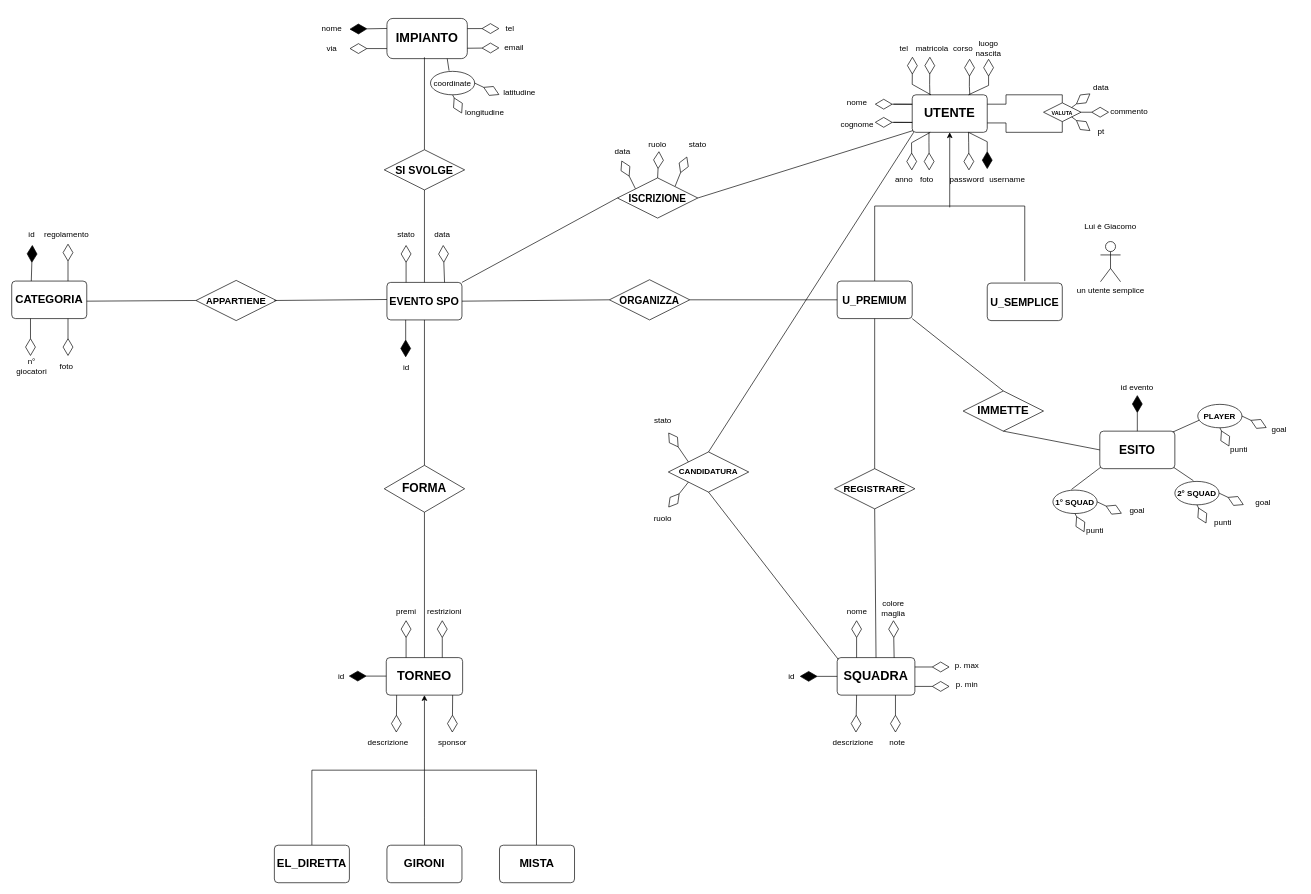
KintsuKayaba/UniGeSocialSport keeps this draw.io diagram as Project-EER.drawio. Above is the earlier version. Source tidied: cells renumbered, new cells numbered last; positions are measured from the earlier drawing's top-left corner, leaving out a move shared by most shapes. Both pictures are drawn from the tidied source at 67%, with x=0, y=0 at pixel (11, 18).
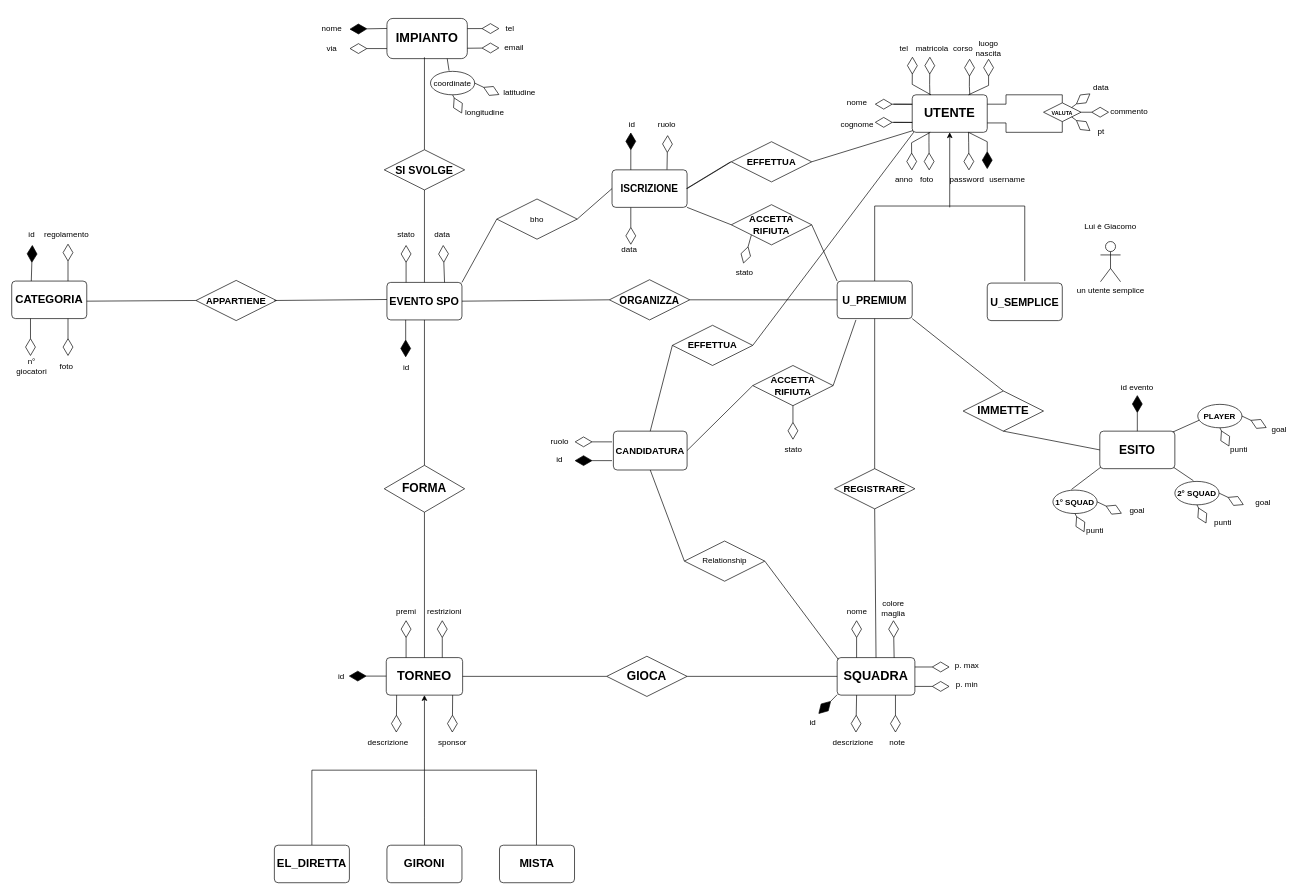
The same diagram, later.

Commit message:
entita candidatura/iscrizione relazione gioca

Unchanged cells that the change refers to:
```xml
<mxCell id="2" value="&lt;div style=&quot;text-align: justify;&quot;&gt;&lt;span style=&quot;background-color: initial;&quot;&gt;&lt;b style=&quot;&quot;&gt;&lt;font style=&quot;font-size: 19px;&quot;&gt;UTENTE&lt;/font&gt;&lt;/b&gt;&lt;/span&gt;&lt;/div&gt;" style="rounded=1;arcSize=10;whiteSpace=wrap;html=1;align=center;" parent="1" vertex="1">
  <mxGeometry x="1344" y="114" width="112" height="56" as="geometry" />
</mxCell>
<mxCell id="24" value="&lt;div style=&quot;text-align: justify;&quot;&gt;&lt;b style=&quot;background-color: initial;&quot;&gt;&lt;font style=&quot;font-size: 16px;&quot;&gt;U_PREMIUM&lt;/font&gt;&lt;/b&gt;&lt;/div&gt;" style="rounded=1;arcSize=10;whiteSpace=wrap;html=1;align=center;" parent="1" vertex="1">
  <mxGeometry x="1232" y="392" width="112" height="56" as="geometry" />
</mxCell>
<mxCell id="28" value="&lt;b&gt;&lt;font style=&quot;font-size: 16px;&quot;&gt;EVENTO SPO&lt;/font&gt;&lt;/b&gt;" style="rounded=1;arcSize=10;whiteSpace=wrap;html=1;align=center;" parent="1" vertex="1">
  <mxGeometry x="560" y="394" width="112" height="56" as="geometry" />
</mxCell>
<mxCell id="60" value="&lt;b&gt;&lt;font style=&quot;font-size: 19px;&quot;&gt;TORNEO&lt;/font&gt;&lt;/b&gt;" style="rounded=1;arcSize=10;whiteSpace=wrap;html=1;align=center;" parent="1" vertex="1">
  <mxGeometry x="559" y="954" width="114" height="56" as="geometry" />
</mxCell>
<mxCell id="84" value="&lt;b&gt;&lt;font style=&quot;font-size: 19px;&quot;&gt;SQUADRA&lt;/font&gt;&lt;/b&gt;" style="rounded=1;arcSize=10;whiteSpace=wrap;html=1;align=center;" parent="1" vertex="1">
  <mxGeometry x="1232" y="954" width="116" height="56" as="geometry" />
</mxCell>
```

Change to the diagram source:
```diff
@@
-    <mxCell id="93" style="endArrow=diamondThin;endFill=1;endSize=24;html=1;rounded=0;exitX=0;exitY=0.5;exitDx=0;exitDy=0;" parent="1" edge="1" source="84">
+    <mxCell id="93" style="endArrow=diamondThin;endFill=1;endSize=24;html=1;rounded=0;exitX=0;exitY=0.5;exitDx=0;exitDy=0;" parent="1" edge="1">
       <mxGeometry relative="1" as="geometry">
-        <mxPoint x="1176" y="982" as="targetPoint" />
+        <mxPoint x="1232" y="1009.3" as="sourcePoint" />
+        <mxPoint x="1204" y="1038" as="targetPoint" />
       </mxGeometry>
     </mxCell>
     <mxCell id="94" value="id" style="text;html=1;align=center;verticalAlign=middle;whiteSpace=wrap;rounded=0;" parent="1" vertex="1">
-      <mxGeometry x="1134" y="967" width="60" height="30" as="geometry" />
+      <mxGeometry x="1166" y="1036" width="60" height="30" as="geometry" />
     </mxCell>
@@
-    <mxCell id="120" value="&lt;b&gt;&lt;font style=&quot;font-size: 15px;&quot;&gt;ISCRIZIONE&lt;/font&gt;&lt;/b&gt;" style="shape=rhombus;perimeter=rhombusPerimeter;whiteSpace=wrap;html=1;align=center;" parent="1" vertex="1">
-      <mxGeometry x="904" y="238" width="120" height="60" as="geometry" />
-    </mxCell>
-    <mxCell id="121" style="endArrow=none;html=1;rounded=0;entryX=0.009;entryY=0.955;entryDx=0;entryDy=0;exitX=1;exitY=0.5;exitDx=0;exitDy=0;entryPerimeter=0;" parent="1" edge="1" source="120" target="2">
+    <mxCell id="121" style="endArrow=none;html=1;rounded=0;entryX=0.009;entryY=0.955;entryDx=0;entryDy=0;entryPerimeter=0;exitX=1;exitY=0.5;exitDx=0;exitDy=0;" parent="1" edge="1" source="165" target="2">
       <mxGeometry relative="1" as="geometry" />
     </mxCell>
-    <mxCell id="122" style="endArrow=none;html=1;rounded=0;entryX=0;entryY=0.5;entryDx=0;entryDy=0;exitX=1;exitY=0;exitDx=0;exitDy=0;" parent="1" edge="1" source="28" target="120">
+    <mxCell id="122" style="endArrow=none;html=1;rounded=0;entryX=0;entryY=0.5;entryDx=0;entryDy=0;exitX=1;exitY=0;exitDx=0;exitDy=0;" parent="1" edge="1" source="28" target="167">
       <mxGeometry relative="1" as="geometry" />
     </mxCell>
-    <mxCell id="123" style="endArrow=diamondThin;endFill=0;endSize=24;html=1;rounded=0;exitX=0.224;exitY=0.269;exitDx=0;exitDy=0;exitPerimeter=0;" parent="1" edge="1" source="120">
+    <mxCell id="123" style="endArrow=diamondThin;endFill=0;endSize=24;html=1;rounded=0;exitX=0.25;exitY=1;exitDx=0;exitDy=0;" parent="1" edge="1" source="120">
       <mxGeometry relative="1" as="geometry">
-        <mxPoint x="910" y="212" as="targetPoint" />
+        <mxPoint x="924" y="338" as="targetPoint" />
       </mxGeometry>
     </mxCell>
-    <mxCell id="124" style="endArrow=diamondThin;endFill=0;endSize=24;html=1;rounded=0;exitX=0.5;exitY=0;exitDx=0;exitDy=0;" parent="1" edge="1" source="120">
+    <mxCell id="124" style="endArrow=diamondThin;endFill=0;endSize=24;html=1;rounded=0;exitX=0.5;exitY=0;exitDx=0;exitDy=0;" parent="1" edge="1">
       <mxGeometry relative="1" as="geometry">
-        <mxPoint x="966" y="198" as="targetPoint" />
+        <mxPoint x="978" y="226" as="sourcePoint" />
+        <mxPoint x="979" y="174" as="targetPoint" />
       </mxGeometry>
     </mxCell>
-    <mxCell id="125" style="endArrow=diamondThin;endFill=0;endSize=24;html=1;rounded=0;exitX=0.718;exitY=0.207;exitDx=0;exitDy=0;exitPerimeter=0;" parent="1" edge="1" source="120">
-      <mxGeometry relative="1" as="geometry">
-        <mxPoint x="1008" y="206" as="targetPoint" />
-      </mxGeometry>
-    </mxCell>
     <mxCell id="126" value="ruolo" style="text;html=1;align=center;verticalAlign=middle;whiteSpace=wrap;rounded=0;" parent="1" vertex="1">
-      <mxGeometry x="934" y="174" width="60" height="30" as="geometry" />
+      <mxGeometry x="948" y="144" width="60" height="30" as="geometry" />
     </mxCell>
     <mxCell id="127" value="data" style="text;html=1;align=center;verticalAlign=middle;whiteSpace=wrap;rounded=0;" parent="1" vertex="1">
-      <mxGeometry x="882" y="184" width="60" height="30" as="geometry" />
+      <mxGeometry x="892" y="329.5" width="60" height="30" as="geometry" />
     </mxCell>
-    <mxCell id="128" value="stato" style="text;html=1;align=center;verticalAlign=middle;whiteSpace=wrap;rounded=0;" parent="1" vertex="1">
-      <mxGeometry x="994" y="174" width="60" height="30" as="geometry" />
-    </mxCell>
@@
-    <mxCell id="153" value="&lt;b&gt;CANDIDATURA&lt;/b&gt;" style="shape=rhombus;perimeter=rhombusPerimeter;whiteSpace=wrap;html=1;align=center;" parent="1" vertex="1">
-      <mxGeometry x="980" y="647" width="120" height="60" as="geometry" />
-    </mxCell>
-    <mxCell id="154" style="endArrow=none;html=1;rounded=0;entryX=0.5;entryY=1;entryDx=0;entryDy=0;exitX=0.015;exitY=0.049;exitDx=0;exitDy=0;exitPerimeter=0;" parent="1" edge="1" source="84" target="153">
+    <mxCell id="154" style="endArrow=none;html=1;rounded=0;exitX=0.015;exitY=0.049;exitDx=0;exitDy=0;exitPerimeter=0;entryX=1;entryY=0.5;entryDx=0;entryDy=0;" parent="1" edge="1" source="84" target="178">
       <mxGeometry relative="1" as="geometry" />
     </mxCell>
-    <mxCell id="155" style="endArrow=none;html=1;rounded=0;exitX=0.5;exitY=0;exitDx=0;exitDy=0;entryX=0.021;entryY=0.996;entryDx=0;entryDy=0;entryPerimeter=0;" parent="1" edge="1" source="153" target="2">
+    <mxCell id="155" style="endArrow=none;html=1;rounded=0;entryX=0.021;entryY=0.996;entryDx=0;entryDy=0;entryPerimeter=0;exitX=1;exitY=0.5;exitDx=0;exitDy=0;" parent="1" edge="1" source="185" target="2">
       <mxGeometry relative="1" as="geometry" />
     </mxCell>
-    <mxCell id="156" style="endArrow=diamondThin;endFill=0;endSize=24;html=1;rounded=0;exitX=0;exitY=1;exitDx=0;exitDy=0;" parent="1" edge="1" source="153">
-      <mxGeometry relative="1" as="geometry">
-        <mxPoint x="980" y="730" as="targetPoint" />
-      </mxGeometry>
-    </mxCell>
-    <mxCell id="157" style="endArrow=diamondThin;endFill=0;endSize=24;html=1;rounded=0;exitX=0;exitY=0;exitDx=0;exitDy=0;" parent="1" edge="1" source="153">
-      <mxGeometry relative="1" as="geometry">
-        <mxPoint x="980" y="618" as="targetPoint" />
-      </mxGeometry>
-    </mxCell>
-    <mxCell id="158" value="ruolo" style="text;html=1;align=center;verticalAlign=middle;whiteSpace=wrap;rounded=0;" parent="1" vertex="1">
-      <mxGeometry x="942" y="732" width="60" height="30" as="geometry" />
-    </mxCell>
-    <mxCell id="159" value="stato" style="text;html=1;align=center;verticalAlign=middle;whiteSpace=wrap;rounded=0;" parent="1" vertex="1">
-      <mxGeometry x="942" y="586" width="60" height="30" as="geometry" />
-    </mxCell>
@@
+    <mxCell id="120" value="&lt;b&gt;&lt;font style=&quot;font-size: 15px;&quot;&gt;ISCRIZIONE&lt;/font&gt;&lt;/b&gt;" style="rounded=1;arcSize=10;whiteSpace=wrap;html=1;align=center;" parent="1" vertex="1">
+      <mxGeometry x="896" y="226" width="112" height="56" as="geometry" />
+    </mxCell>
+    <mxCell id="163" style="endArrow=diamondThin;endFill=1;endSize=24;html=1;rounded=0;exitX=0.25;exitY=0;exitDx=0;exitDy=0;" parent="1" edge="1" source="120">
+      <mxGeometry relative="1" as="geometry">
+        <mxPoint x="924" y="170" as="targetPoint" />
+      </mxGeometry>
+    </mxCell>
+    <mxCell id="164" value="id" style="text;html=1;align=center;verticalAlign=middle;whiteSpace=wrap;rounded=0;" parent="1" vertex="1">
+      <mxGeometry x="896" y="143" width="60" height="30" as="geometry" />
+    </mxCell>
+    <mxCell id="165" value="&lt;b&gt;&lt;font style=&quot;font-size: 14px;&quot;&gt;EFFETTUA&lt;/font&gt;&lt;/b&gt;" style="shape=rhombus;perimeter=rhombusPerimeter;whiteSpace=wrap;html=1;align=center;" parent="1" vertex="1">
+      <mxGeometry x="1074" y="184" width="120" height="60" as="geometry" />
+    </mxCell>
+    <mxCell id="166" style="endArrow=none;html=1;rounded=0;exitX=1;exitY=0.5;exitDx=0;exitDy=0;entryX=0;entryY=0.5;entryDx=0;entryDy=0;" parent="1" edge="1" source="120" target="165">
+      <mxGeometry relative="1" as="geometry" />
+    </mxCell>
+    <mxCell id="167" value="bho" style="shape=rhombus;perimeter=rhombusPerimeter;whiteSpace=wrap;html=1;align=center;" parent="1" vertex="1">
+      <mxGeometry x="724" y="269.5" width="120" height="60" as="geometry" />
+    </mxCell>
+    <mxCell id="168" style="endArrow=none;html=1;rounded=0;exitX=1;exitY=0.5;exitDx=0;exitDy=0;entryX=0;entryY=0.5;entryDx=0;entryDy=0;" parent="1" edge="1" source="167" target="120">
+      <mxGeometry relative="1" as="geometry" />
+    </mxCell>
+    <mxCell id="169" style="endArrow=none;html=1;rounded=0;exitX=1;exitY=0.5;exitDx=0;exitDy=0;entryX=0;entryY=0.5;entryDx=0;entryDy=0;" parent="1" edge="1">
+      <mxGeometry relative="1" as="geometry">
+        <mxPoint x="1007" y="254" as="sourcePoint" />
+        <mxPoint x="1073" y="214" as="targetPoint" />
+      </mxGeometry>
+    </mxCell>
+    <mxCell id="170" value="&lt;b style=&quot;font-size: 14px;&quot;&gt;ACCETTA&lt;br&gt;RIFIUTA&lt;/b&gt;" style="shape=rhombus;perimeter=rhombusPerimeter;whiteSpace=wrap;html=1;align=center;" parent="1" vertex="1">
+      <mxGeometry x="1074" y="278" width="120" height="60" as="geometry" />
+    </mxCell>
+    <mxCell id="171" style="endArrow=none;html=1;rounded=0;entryX=0;entryY=0;entryDx=0;entryDy=0;exitX=1;exitY=0.5;exitDx=0;exitDy=0;" parent="1" edge="1" source="170" target="24">
+      <mxGeometry relative="1" as="geometry" />
+    </mxCell>
+    <mxCell id="172" style="endArrow=none;html=1;rounded=0;exitX=1;exitY=1;exitDx=0;exitDy=0;entryX=0;entryY=0.5;entryDx=0;entryDy=0;" parent="1" edge="1" source="120" target="170">
+      <mxGeometry relative="1" as="geometry" />
+    </mxCell>
+    <mxCell id="173" style="endArrow=diamondThin;endFill=0;endSize=24;html=1;rounded=0;exitX=0;exitY=1;exitDx=0;exitDy=0;" parent="1" edge="1" source="170">
+      <mxGeometry relative="1" as="geometry">
+        <mxPoint x="1092" y="366" as="targetPoint" />
+      </mxGeometry>
+    </mxCell>
+    <mxCell id="174" value="stato" style="text;html=1;align=center;verticalAlign=middle;whiteSpace=wrap;rounded=0;" parent="1" vertex="1">
+      <mxGeometry x="1064" y="365" width="60" height="30" as="geometry" />
+    </mxCell>
+    <mxCell id="175" value="&lt;b&gt;&lt;font style=&quot;font-size: 18px;&quot;&gt;GIOCA&lt;/font&gt;&lt;/b&gt;" style="shape=rhombus;perimeter=rhombusPerimeter;whiteSpace=wrap;html=1;align=center;" parent="1" vertex="1">
+      <mxGeometry x="888" y="952" width="120" height="60" as="geometry" />
+    </mxCell>
+    <mxCell id="176" style="endArrow=none;html=1;rounded=0;exitX=1;exitY=0.5;exitDx=0;exitDy=0;entryX=0;entryY=0.5;entryDx=0;entryDy=0;" parent="1" edge="1" source="60" target="175">
+      <mxGeometry relative="1" as="geometry" />
+    </mxCell>
+    <mxCell id="177" style="endArrow=none;html=1;rounded=0;exitX=1;exitY=0.5;exitDx=0;exitDy=0;entryX=0;entryY=0.5;entryDx=0;entryDy=0;" parent="1" edge="1" source="175" target="84">
+      <mxGeometry relative="1" as="geometry" />
+    </mxCell>
+    <mxCell id="153" value="&lt;b&gt;&lt;font style=&quot;font-size: 14px;&quot;&gt;CANDIDATURA&lt;/font&gt;&lt;/b&gt;" style="rounded=1;arcSize=10;whiteSpace=wrap;html=1;align=center;" parent="1" vertex="1">
+      <mxGeometry x="898" y="616" width="110" height="58" as="geometry" />
+    </mxCell>
+    <mxCell id="178" value="Relationship" style="shape=rhombus;perimeter=rhombusPerimeter;whiteSpace=wrap;html=1;align=center;" parent="1" vertex="1">
+      <mxGeometry x="1004" y="780" width="120" height="60" as="geometry" />
+    </mxCell>
+    <mxCell id="179" style="endArrow=none;html=1;rounded=0;exitX=0;exitY=0.5;exitDx=0;exitDy=0;entryX=0.5;entryY=1;entryDx=0;entryDy=0;" parent="1" edge="1" source="178" target="153">
+      <mxGeometry relative="1" as="geometry" />
+    </mxCell>
+    <mxCell id="180" value="&lt;b style=&quot;font-size: 14px;&quot;&gt;ACCETTA&lt;br&gt;RIFIUTA&lt;/b&gt;" style="shape=rhombus;perimeter=rhombusPerimeter;whiteSpace=wrap;html=1;align=center;" parent="1" vertex="1">
+      <mxGeometry x="1106" y="518" width="120" height="60" as="geometry" />
+    </mxCell>
+    <mxCell id="181" style="endArrow=none;html=1;rounded=0;exitX=1;exitY=0.5;exitDx=0;exitDy=0;entryX=0;entryY=0.5;entryDx=0;entryDy=0;" parent="1" edge="1" source="153" target="180">
+      <mxGeometry relative="1" as="geometry" />
+    </mxCell>
+    <mxCell id="182" style="endArrow=none;html=1;rounded=0;exitX=1;exitY=0.5;exitDx=0;exitDy=0;" parent="1" edge="1" source="180">
+      <mxGeometry relative="1" as="geometry">
+        <mxPoint x="1260" y="450" as="targetPoint" />
+      </mxGeometry>
+    </mxCell>
+    <mxCell id="183" style="endArrow=diamondThin;endFill=0;endSize=24;html=1;rounded=0;exitX=0.5;exitY=1;exitDx=0;exitDy=0;" parent="1" edge="1" source="180">
+      <mxGeometry relative="1" as="geometry">
+        <mxPoint x="1166" y="629" as="targetPoint" />
+      </mxGeometry>
+    </mxCell>
+    <mxCell id="184" value="stato" style="text;html=1;align=center;verticalAlign=middle;whiteSpace=wrap;rounded=0;" parent="1" vertex="1">
+      <mxGeometry x="1137" y="629" width="60" height="30" as="geometry" />
+    </mxCell>
+    <mxCell id="185" value="&lt;b&gt;&lt;font style=&quot;font-size: 14px;&quot;&gt;EFFETTUA&lt;/font&gt;&lt;/b&gt;" style="shape=rhombus;perimeter=rhombusPerimeter;whiteSpace=wrap;html=1;align=center;" parent="1" vertex="1">
+      <mxGeometry x="986" y="458" width="120" height="60" as="geometry" />
+    </mxCell>
+    <mxCell id="186" style="endArrow=none;html=1;rounded=0;entryX=0;entryY=0.5;entryDx=0;entryDy=0;exitX=0.5;exitY=0;exitDx=0;exitDy=0;" parent="1" edge="1" source="153" target="185">
+      <mxGeometry relative="1" as="geometry" />
+    </mxCell>
+    <mxCell id="187" style="endArrow=diamondThin;endFill=0;endSize=24;html=1;rounded=0;" parent="1" edge="1">
+      <mxGeometry relative="1" as="geometry">
+        <mxPoint x="896" y="632" as="sourcePoint" />
+        <mxPoint x="840" y="632" as="targetPoint" />
+      </mxGeometry>
+    </mxCell>
+    <mxCell id="188" style="endArrow=diamondThin;endFill=1;endSize=24;html=1;rounded=0;" parent="1" edge="1">
+      <mxGeometry relative="1" as="geometry">
+        <mxPoint x="896" y="660" as="sourcePoint" />
+        <mxPoint x="840" y="660" as="targetPoint" />
+      </mxGeometry>
+    </mxCell>
+    <mxCell id="158" value="ruolo" style="text;html=1;align=center;verticalAlign=middle;whiteSpace=wrap;rounded=0;" parent="1" vertex="1">
+      <mxGeometry x="788" y="616" width="60" height="30" as="geometry" />
+    </mxCell>
+    <mxCell id="189" value="id" style="text;html=1;align=center;verticalAlign=middle;whiteSpace=wrap;rounded=0;" parent="1" vertex="1">
+      <mxGeometry x="788" y="644" width="60" height="30" as="geometry" />
+    </mxCell>
```
